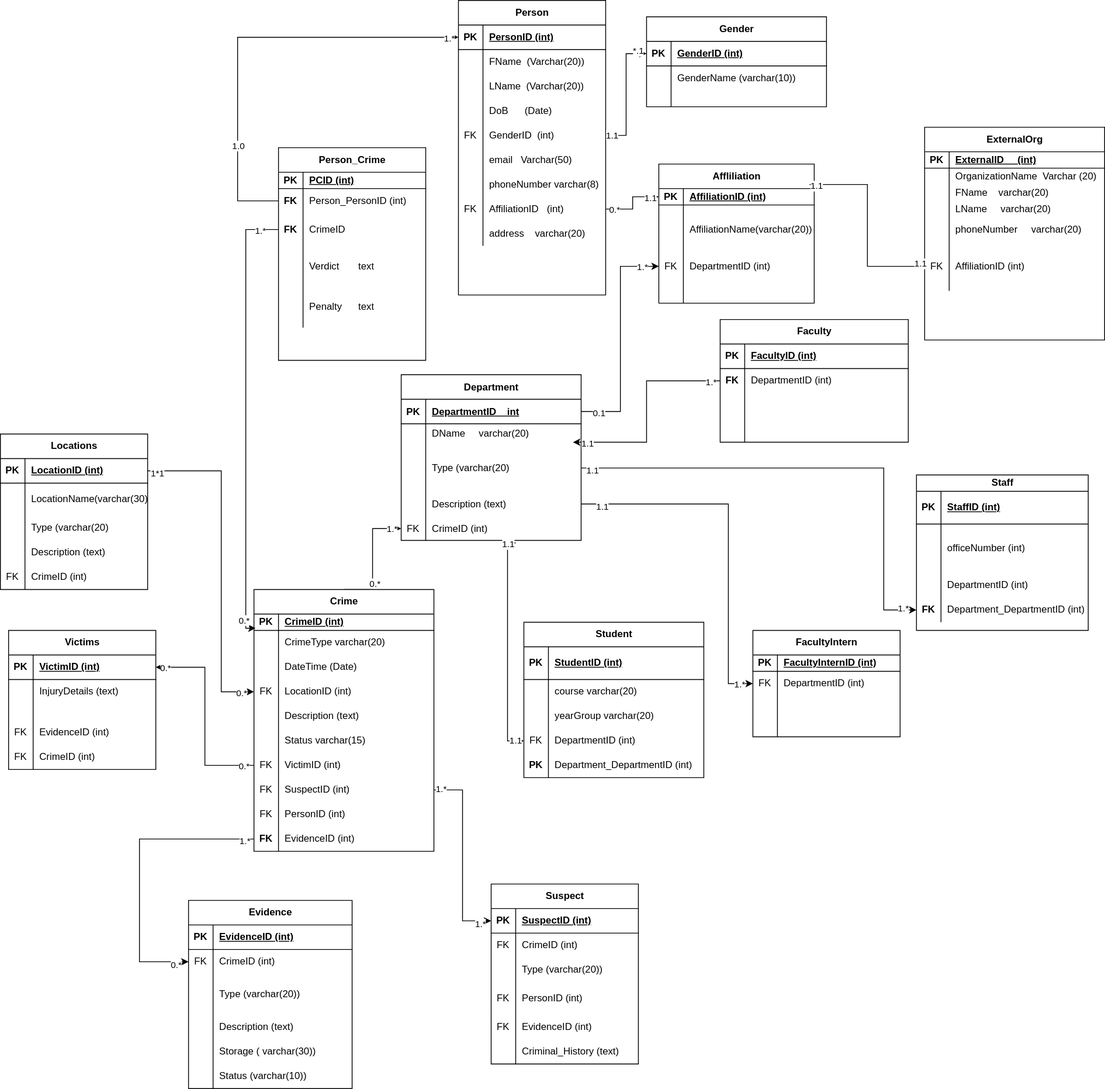
Priscile2/Diagrams keeps this draw.io diagram as Untitled Diagram.drawio.svg. Above is the earlier version. Source tidied: cells renumbered, new cells last; positions are measured from the earlier drawing's top-left corner, leaving out a move shared by most shapes.
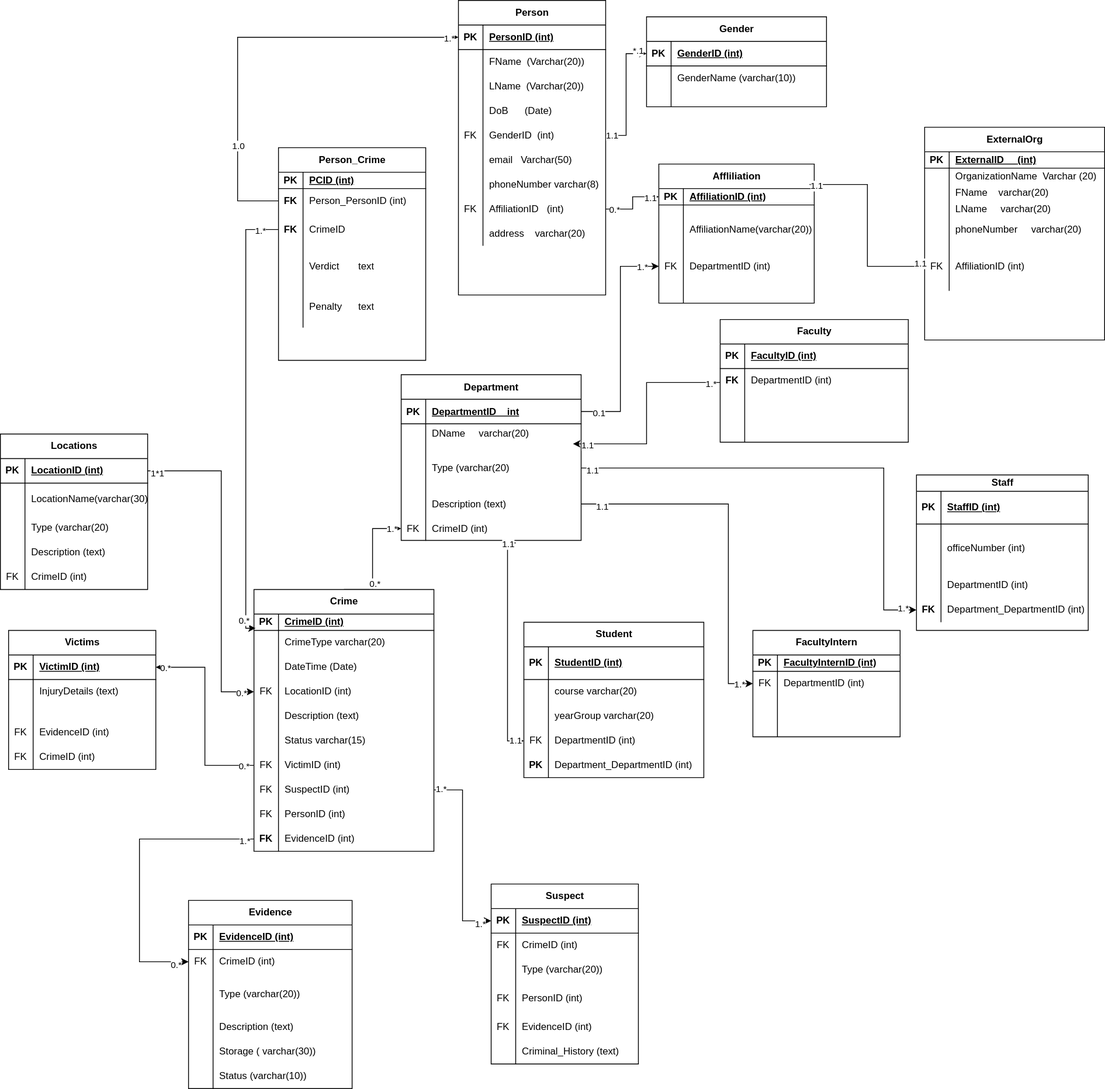
Above is the later version.

Commit message:
Mettre à jour Untitled Diagram.drawio.svg

The edit, as a diff of the source:
```diff
@@ -857,9 +857,10 @@
     <mxCell id="280" value="1.1" style="edgeLabel;html=1;align=center;verticalAlign=middle;" parent="278" vertex="1">
       <mxGeometry x="0.93" y="1" relative="1" as="geometry" />
     </mxCell>
-    <mxCell id="281" style="edgeStyle=elbowEdgeStyle;rounded=0;jettySize=auto;html=1;exitX=0;exitY=0.5;exitDx=0;exitDy=0;" parent="1" edge="1" source="117">
+    <mxCell id="281" style="edgeStyle=elbowEdgeStyle;rounded=0;orthogonalLoop=1;jettySize=auto;html=1;exitX=0;exitY=0.5;exitDx=0;exitDy=0;" parent="1" edge="1">
       <mxGeometry relative="1" as="geometry">
-        <mxPoint x="700" y="540" as="targetPoint" />
+        <mxPoint x="880" y="467" as="sourcePoint" />
+        <mxPoint x="700" y="542" as="targetPoint" />
       </mxGeometry>
     </mxCell>
     <mxCell id="282" value="1.1" style="edgeLabel;html=1;align=center;verticalAlign=middle;" parent="281" vertex="1">
```
